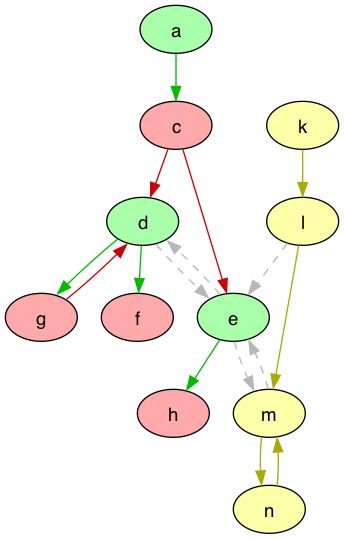
This is lib/graphs/game_graph_colored.png from idaks/Games-and-Argumentation, a Graphviz export, as it was before one commit. Its source is kept beside it as lib/graphs/game_graph_colored.dot. The source it was exported from:
```dot
digraph G {
  node [shape=oval style=filled fontname=Helvetica fontsize=14]
  node [fillcolor="#AAFFAA" fontcolor="#000000"] a d e;
  node [fillcolor="#FFAAAA" fontcolor="#000000"] c f g h;
  node [fillcolor="#FFFFAA" fontcolor="#000000"] k l m n;
  node [fillcolor="white" fontcolor="black"];
  edge [dir=forward, color="#00BB00", style="solid"]
        "a" -> "c"
        "d" -> "f"
        "d" -> "g"
        "e" -> "h"
  edge [dir=forward, color="#AAAA00", style="solid"]
        "k" -> "l"
        "l" -> "m"
        "m" -> "n"
        "n" -> "m"
  edge [dir=forward, color="#CC0000", style="solid"]
        "c" -> "d"
        "c" -> "e"
        "g" -> "d"
  edge [dir=forward, color="#b7b7b7", style="dashed"]
        "l" -> "e"
        "d" -> "e"
        "e" -> "d"
        "e" -> "m"
        "m" -> "e"
}
```
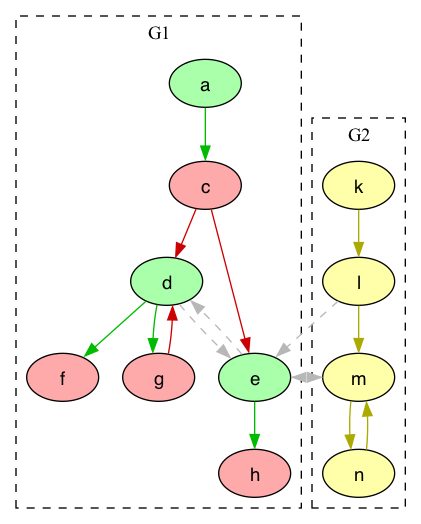
The same file after the commit.

Diff of the diagram source:
```diff
@@ -1,27 +1,32 @@
 digraph G {
   node [shape=oval style=filled fontname=Helvetica fontsize=14]
-  node [fillcolor="#AAFFAA" fontcolor="#000000"] a d e;
-  node [fillcolor="#FFAAAA" fontcolor="#000000"] c f g h;
-  node [fillcolor="#FFFFAA" fontcolor="#000000"] k l m n;
-  node [fillcolor="white" fontcolor="black"];
+  subgraph cluster_g1{
+  label = "G1"; color = black; style ="dashed";
+    node [fillcolor="#AAFFAA" fontcolor="#000000"] a d e;
+    node [fillcolor="#FFAAAA" fontcolor="#000000"] c f g h;
+  }
+  subgraph cluster_g2{
+  label = "G2"; color = black; style ="dashed";
+    node [fillcolor="#FFFFAA" fontcolor="#000000"] k l m n;
+  }
   edge [dir=forward, color="#00BB00", style="solid"]
-        "a" -> "c"
-        "d" -> "f"
-        "d" -> "g"
-        "e" -> "h"
+        "a" -> "c";
+        "d" -> "f";
+        "d" -> "g";
+        "e" -> "h";
   edge [dir=forward, color="#AAAA00", style="solid"]
-        "k" -> "l"
-        "l" -> "m"
-        "m" -> "n"
-        "n" -> "m"
+        "k" -> "l";
+        "l" -> "m";
+        "m" -> "n";
+        "n" -> "m";
   edge [dir=forward, color="#CC0000", style="solid"]
-        "c" -> "d"
-        "c" -> "e"
-        "g" -> "d"
+        "c" -> "d";
+        "c" -> "e";
+        "g" -> "d";
   edge [dir=forward, color="#b7b7b7", style="dashed"]
-        "l" -> "e"
-        "d" -> "e"
-        "e" -> "d"
-        "e" -> "m"
-        "m" -> "e"
+        "l" -> "e";
+        "d" -> "e";
+        "e" -> "d";
+        "e" -> "m";
+        "m" -> "e";
 }
```
